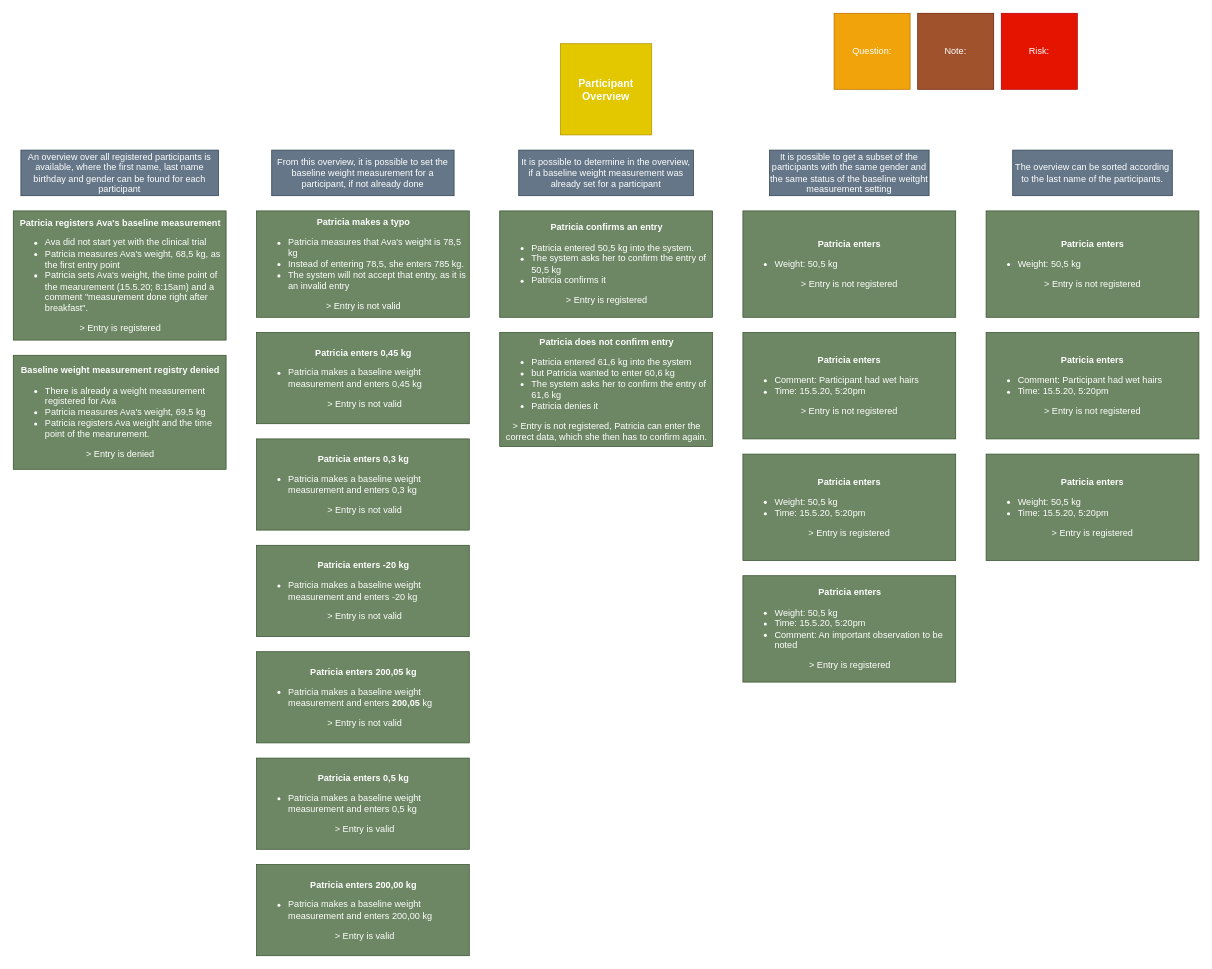
Before: jba-oq-documents/ExampleMap_bddoq-50.drawio in sableu/BDD4OQ, a draw.io diagram. Source tidied: cells renumbered, new cells numbered last; positions are measured from the earlier drawing's top-left corner, leaving out a move shared by most shapes. Both pictures are drawn from the tidied source at 76%, with x=0, y=0 at pixel (13, 13).
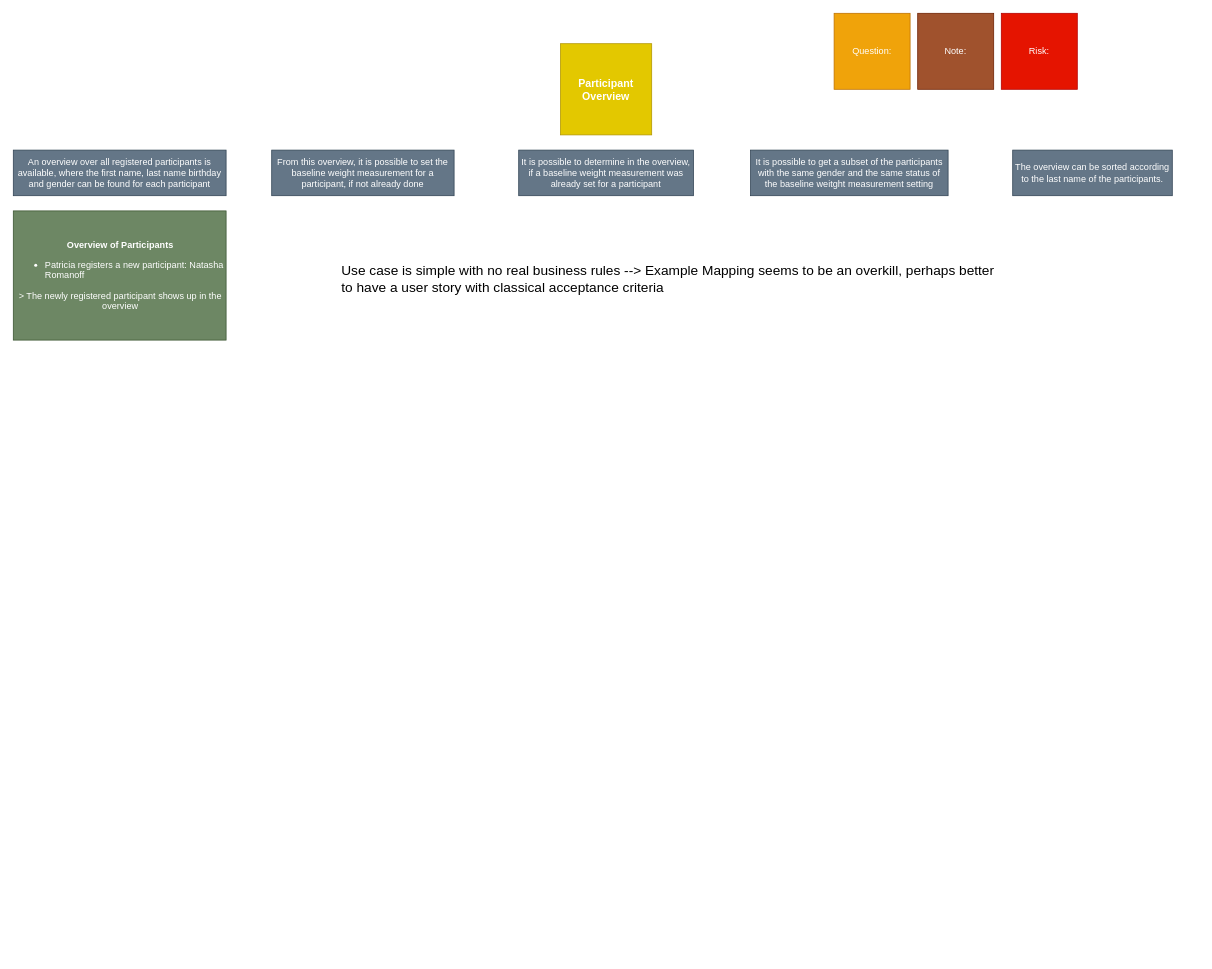
The same diagram, later.

Commit message (it also covers changes not shown here):
bddoq-50: implemented and tested --> user story to be closed

What changed in the source:
```diff
@@
-    <mxCell id="3" value="&lt;div style=&quot;text-align: center&quot;&gt;&lt;span&gt;&lt;b&gt;Patricia registers Ava's baseline measurement&lt;/b&gt;&lt;/span&gt;&lt;/div&gt;&lt;ul&gt;&lt;li&gt;Ava did not start yet with the clinical trial&lt;/li&gt;&lt;li&gt;Patricia measures Ava's weight, 68,5 kg, as the first entry point&lt;/li&gt;&lt;li&gt;Patricia sets Ava's weight, the time point of the mearurement (15.5.20; 8:15am) and a comment &quot;measurement done right after breakfast&quot;.&lt;br&gt;&lt;/li&gt;&lt;/ul&gt;&lt;div style=&quot;text-align: center&quot;&gt;&amp;gt; Entry is registered&lt;/div&gt;" style="rounded=0;whiteSpace=wrap;html=1;align=left;fillColor=#6d8764;strokeColor=#3A5431;fontColor=#ffffff;" parent="1" vertex="1">
+    <mxCell id="3" value="&lt;div style=&quot;text-align: center&quot;&gt;&lt;span&gt;&lt;b&gt;Overview of Participants&lt;/b&gt;&lt;/span&gt;&lt;/div&gt;&lt;ul&gt;&lt;li&gt;Patricia registers a new participant: Natasha Romanoff&lt;/li&gt;&lt;/ul&gt;&lt;div style=&quot;text-align: center&quot;&gt;&amp;gt; The newly registered participant shows up in the overview&lt;/div&gt;" style="rounded=0;whiteSpace=wrap;html=1;align=left;fillColor=#6d8764;strokeColor=#3A5431;fontColor=#ffffff;" parent="1" vertex="1">
       <mxGeometry y="260" width="280" height="170" as="geometry" />
     </mxCell>
     <mxCell id="4" value="An overview over all registered participants is available, where the first name, last name birthday and gender can be found for each participant" style="rounded=0;whiteSpace=wrap;html=1;fillColor=#647687;strokeColor=#314354;fontColor=#ffffff;" parent="1" vertex="1">
-      <mxGeometry x="10" y="180" width="260" height="60" as="geometry" />
+      <mxGeometry y="180" width="280" height="60" as="geometry" />
     </mxCell>
-    <mxCell id="5" value="&lt;div style=&quot;text-align: center&quot;&gt;&lt;span&gt;&lt;b&gt;Patricia makes a typo&lt;/b&gt;&lt;/span&gt;&lt;/div&gt;&lt;ul&gt;&lt;li&gt;Patricia measures that Ava's weight is 78,5 kg&lt;/li&gt;&lt;li&gt;Instead of entering 78,5, she enters 785 kg.&lt;/li&gt;&lt;li&gt;The system will not accept that entry, as it is an invalid entry&lt;/li&gt;&lt;/ul&gt;&lt;div style=&quot;text-align: center&quot;&gt;&amp;gt; Entry is not valid&lt;/div&gt;" style="rounded=0;whiteSpace=wrap;html=1;align=left;fillColor=#6d8764;strokeColor=#3A5431;fontColor=#ffffff;" parent="1" vertex="1">
-      <mxGeometry x="320" y="260" width="280" height="140" as="geometry" />
-    </mxCell>
@@
-    <mxCell id="8" value="&lt;div style=&quot;text-align: center&quot;&gt;&lt;span&gt;&lt;b&gt;Patricia confirms an entry&lt;/b&gt;&lt;/span&gt;&lt;/div&gt;&lt;ul&gt;&lt;li&gt;Patricia entered 50,5 kg into the system.&lt;/li&gt;&lt;li&gt;The system asks her to confirm the entry of 50,5 kg&lt;/li&gt;&lt;li&gt;Patricia confirms it&lt;/li&gt;&lt;/ul&gt;&lt;div style=&quot;text-align: center&quot;&gt;&amp;gt; Entry is registered&lt;/div&gt;" style="rounded=0;whiteSpace=wrap;html=1;align=left;fillColor=#6d8764;strokeColor=#3A5431;fontColor=#ffffff;" parent="1" vertex="1">
-      <mxGeometry x="640" y="260" width="280" height="140" as="geometry" />
-    </mxCell>
@@
-    <mxCell id="12" value="&lt;div style=&quot;text-align: center&quot;&gt;&lt;span&gt;&lt;b&gt;Patricia enters 0,5 kg&lt;/b&gt;&lt;/span&gt;&lt;/div&gt;&lt;ul&gt;&lt;li&gt;Patricia makes a baseline weight measurement and enters 0,5 kg&lt;/li&gt;&lt;/ul&gt;&lt;div style=&quot;text-align: center&quot;&gt;&lt;span&gt;&amp;nbsp;&amp;gt; Entry is valid&lt;/span&gt;&lt;/div&gt;" style="rounded=0;whiteSpace=wrap;html=1;align=left;fillColor=#6d8764;strokeColor=#3A5431;fontColor=#ffffff;" parent="1" vertex="1">
-      <mxGeometry x="320" y="980" width="280" height="120" as="geometry" />
-    </mxCell>
-    <mxCell id="13" value="&lt;div style=&quot;text-align: center&quot;&gt;&lt;span&gt;&lt;b&gt;Patricia enters 0,45 kg&lt;/b&gt;&lt;/span&gt;&lt;/div&gt;&lt;ul&gt;&lt;li&gt;Patricia makes a baseline weight measurement and enters 0,45 kg&lt;/li&gt;&lt;/ul&gt;&lt;div style=&quot;text-align: center&quot;&gt;&lt;span&gt;&amp;nbsp;&amp;gt; Entry is not valid&lt;/span&gt;&lt;/div&gt;" style="rounded=0;whiteSpace=wrap;html=1;align=left;fillColor=#6d8764;strokeColor=#3A5431;fontColor=#ffffff;" parent="1" vertex="1">
-      <mxGeometry x="320" y="420" width="280" height="120" as="geometry" />
-    </mxCell>
-    <mxCell id="14" value="&lt;div style=&quot;text-align: center&quot;&gt;&lt;span&gt;&lt;b&gt;Patricia enters 0,3 kg&lt;/b&gt;&lt;/span&gt;&lt;/div&gt;&lt;ul&gt;&lt;li&gt;Patricia makes a baseline weight measurement and enters 0,3 kg&lt;/li&gt;&lt;/ul&gt;&lt;div style=&quot;text-align: center&quot;&gt;&lt;span&gt;&amp;nbsp;&amp;gt; Entry is not valid&lt;/span&gt;&lt;/div&gt;" style="rounded=0;whiteSpace=wrap;html=1;align=left;fillColor=#6d8764;strokeColor=#3A5431;fontColor=#ffffff;" parent="1" vertex="1">
-      <mxGeometry x="320" y="560" width="280" height="120" as="geometry" />
-    </mxCell>
-    <mxCell id="15" value="&lt;div style=&quot;text-align: center&quot;&gt;&lt;span&gt;&lt;b&gt;Patricia enters -20 kg&lt;/b&gt;&lt;/span&gt;&lt;/div&gt;&lt;ul&gt;&lt;li&gt;Patricia makes a baseline weight measurement and enters -20 kg&lt;/li&gt;&lt;/ul&gt;&lt;div style=&quot;text-align: center&quot;&gt;&lt;span&gt;&amp;nbsp;&amp;gt; Entry is not valid&lt;/span&gt;&lt;/div&gt;" style="rounded=0;whiteSpace=wrap;html=1;align=left;fillColor=#6d8764;strokeColor=#3A5431;fontColor=#ffffff;" parent="1" vertex="1">
-      <mxGeometry x="320" y="700" width="280" height="120" as="geometry" />
-    </mxCell>
-    <mxCell id="16" value="&lt;div style=&quot;text-align: center&quot;&gt;&lt;span&gt;&lt;b&gt;Patricia enters 200,05 kg&lt;/b&gt;&lt;/span&gt;&lt;/div&gt;&lt;ul&gt;&lt;li&gt;Patricia makes a baseline weight measurement and enters&amp;nbsp;&lt;b style=&quot;text-align: center&quot;&gt;200,05&lt;/b&gt;&amp;nbsp;kg&lt;/li&gt;&lt;/ul&gt;&lt;div style=&quot;text-align: center&quot;&gt;&lt;span&gt;&amp;nbsp;&amp;gt; Entry is not valid&lt;/span&gt;&lt;/div&gt;" style="rounded=0;whiteSpace=wrap;html=1;align=left;fillColor=#6d8764;strokeColor=#3A5431;fontColor=#ffffff;" parent="1" vertex="1">
-      <mxGeometry x="320" y="840" width="280" height="120" as="geometry" />
-    </mxCell>
-    <mxCell id="17" value="&lt;div style=&quot;text-align: center&quot;&gt;&lt;span&gt;&lt;b&gt;Patricia enters 200,00 kg&lt;/b&gt;&lt;/span&gt;&lt;/div&gt;&lt;ul&gt;&lt;li&gt;Patricia makes a baseline weight measurement and enters 200,00 kg&lt;/li&gt;&lt;/ul&gt;&lt;div style=&quot;text-align: center&quot;&gt;&lt;span&gt;&amp;nbsp;&amp;gt; Entry is valid&lt;/span&gt;&lt;/div&gt;" style="rounded=0;whiteSpace=wrap;html=1;align=left;fillColor=#6d8764;strokeColor=#3A5431;fontColor=#ffffff;" parent="1" vertex="1">
-      <mxGeometry x="320" y="1120" width="280" height="120" as="geometry" />
-    </mxCell>
-    <mxCell id="18" value="&lt;div style=&quot;text-align: center&quot;&gt;&lt;span&gt;&lt;b&gt;Patricia does not confirm entry&lt;/b&gt;&lt;/span&gt;&lt;/div&gt;&lt;ul&gt;&lt;li&gt;Patricia entered 61,6 kg into the system&lt;/li&gt;&lt;li&gt;but Patricia wanted to enter 60,6 kg&lt;/li&gt;&lt;li&gt;The system asks her to confirm the entry of 61,6 kg&lt;/li&gt;&lt;li&gt;Patricia denies it&lt;/li&gt;&lt;/ul&gt;&lt;div style=&quot;text-align: center&quot;&gt;&amp;gt; Entry is not registered, Patricia can enter the correct data, which she then has to confirm again.&lt;/div&gt;" style="rounded=0;whiteSpace=wrap;html=1;align=left;fillColor=#6d8764;strokeColor=#3A5431;fontColor=#ffffff;" parent="1" vertex="1">
-      <mxGeometry x="640" y="420" width="280" height="150" as="geometry" />
-    </mxCell>
-    <mxCell id="19" value="&lt;div style=&quot;text-align: center&quot;&gt;&lt;span&gt;&lt;b&gt;Baseline weight measurement registry denied&lt;/b&gt;&lt;/span&gt;&lt;/div&gt;&lt;ul&gt;&lt;li&gt;There is already a weight measurement registered for Ava&lt;/li&gt;&lt;li&gt;Patricia measures Ava's weight, 69,5 kg&lt;/li&gt;&lt;li&gt;Patricia registers Ava weight and the time point of the mearurement.&lt;br&gt;&lt;/li&gt;&lt;/ul&gt;&lt;div style=&quot;text-align: center&quot;&gt;&amp;gt; Entry is denied&lt;/div&gt;" style="rounded=0;whiteSpace=wrap;html=1;align=left;fillColor=#6d8764;strokeColor=#3A5431;fontColor=#ffffff;" parent="1" vertex="1">
-      <mxGeometry y="450" width="280" height="150" as="geometry" />
-    </mxCell>
     <mxCell id="20" value="It is possible to get a subset of the participants with the same gender and the same status of the baseline weitght measurement setting" style="rounded=0;whiteSpace=wrap;html=1;fillColor=#647687;strokeColor=#314354;fontColor=#ffffff;" parent="1" vertex="1">
-      <mxGeometry x="995" y="180" width="210" height="60" as="geometry" />
+      <mxGeometry x="970" y="180" width="260" height="60" as="geometry" />
     </mxCell>
-    <mxCell id="21" value="&lt;div style=&quot;text-align: center&quot;&gt;&lt;span&gt;&lt;b&gt;Patricia enters&lt;/b&gt;&lt;/span&gt;&lt;/div&gt;&lt;ul&gt;&lt;li&gt;Weight: 50,5 kg&amp;nbsp; &amp;nbsp; &amp;nbsp; &amp;nbsp; &amp;nbsp; &amp;nbsp; &amp;nbsp; &amp;nbsp; &amp;nbsp; &amp;nbsp; &amp;nbsp; &amp;nbsp; &amp;nbsp; &amp;nbsp; &amp;nbsp; &amp;nbsp; &amp;nbsp; &amp;nbsp; &amp;nbsp; &amp;nbsp; &amp;nbsp; &amp;nbsp; &amp;nbsp;&amp;nbsp;&lt;/li&gt;&lt;/ul&gt;&lt;div style=&quot;text-align: center&quot;&gt;&amp;gt; Entry is not registered&lt;/div&gt;" style="rounded=0;whiteSpace=wrap;html=1;align=left;fillColor=#6d8764;strokeColor=#3A5431;fontColor=#ffffff;" parent="1" vertex="1">
-      <mxGeometry x="960" y="260" width="280" height="140" as="geometry" />
-    </mxCell>
-    <mxCell id="22" value="&lt;div style=&quot;text-align: center&quot;&gt;&lt;span&gt;&lt;b&gt;Patricia enters&lt;/b&gt;&lt;/span&gt;&lt;/div&gt;&lt;ul&gt;&lt;li&gt;Weight: 50,5 kg&amp;nbsp;&lt;/li&gt;&lt;li&gt;Time: 15.5.20, 5:20pm&amp;nbsp; &amp;nbsp; &amp;nbsp; &amp;nbsp; &amp;nbsp; &amp;nbsp; &amp;nbsp; &amp;nbsp; &amp;nbsp; &amp;nbsp; &amp;nbsp; &amp;nbsp; &amp;nbsp; &amp;nbsp; &amp;nbsp; &amp;nbsp; &amp;nbsp; &amp;nbsp;&lt;/li&gt;&lt;/ul&gt;&lt;div style=&quot;text-align: center&quot;&gt;&amp;gt; Entry is registered&lt;/div&gt;" style="rounded=0;whiteSpace=wrap;html=1;align=left;fillColor=#6d8764;strokeColor=#3A5431;fontColor=#ffffff;" parent="1" vertex="1">
-      <mxGeometry x="960" y="580" width="280" height="140" as="geometry" />
-    </mxCell>
-    <mxCell id="23" value="&lt;div style=&quot;text-align: center&quot;&gt;&lt;span&gt;&lt;b&gt;Patricia enters&lt;/b&gt;&lt;/span&gt;&lt;/div&gt;&lt;ul&gt;&lt;li&gt;Comment: Participant had wet hairs&amp;nbsp;&lt;/li&gt;&lt;li&gt;Time: 15.5.20, 5:20pm&amp;nbsp; &amp;nbsp; &amp;nbsp; &amp;nbsp; &amp;nbsp; &amp;nbsp; &amp;nbsp; &amp;nbsp; &amp;nbsp; &amp;nbsp; &amp;nbsp; &amp;nbsp; &amp;nbsp; &amp;nbsp; &amp;nbsp; &amp;nbsp; &amp;nbsp; &amp;nbsp;&lt;/li&gt;&lt;/ul&gt;&lt;div style=&quot;text-align: center&quot;&gt;&amp;gt; Entry is not registered&lt;/div&gt;" style="rounded=0;whiteSpace=wrap;html=1;align=left;fillColor=#6d8764;strokeColor=#3A5431;fontColor=#ffffff;" parent="1" vertex="1">
-      <mxGeometry x="960" y="420" width="280" height="140" as="geometry" />
-    </mxCell>
-    <mxCell id="24" value="&lt;div style=&quot;text-align: center&quot;&gt;&lt;span&gt;&lt;b&gt;Patricia enters&lt;/b&gt;&lt;/span&gt;&lt;/div&gt;&lt;ul&gt;&lt;li&gt;Weight: 50,5 kg&amp;nbsp;&lt;/li&gt;&lt;li&gt;Time: 15.5.20, 5:20pm&lt;/li&gt;&lt;li&gt;Comment: An important observation to be noted&amp;nbsp; &amp;nbsp; &amp;nbsp; &amp;nbsp; &amp;nbsp; &amp;nbsp; &amp;nbsp; &amp;nbsp; &amp;nbsp; &amp;nbsp; &amp;nbsp; &amp;nbsp; &amp;nbsp; &amp;nbsp; &amp;nbsp; &amp;nbsp; &amp;nbsp; &amp;nbsp;&lt;/li&gt;&lt;/ul&gt;&lt;div style=&quot;text-align: center&quot;&gt;&amp;gt; Entry is registered&lt;/div&gt;" style="rounded=0;whiteSpace=wrap;html=1;align=left;fillColor=#6d8764;strokeColor=#3A5431;fontColor=#ffffff;" parent="1" vertex="1">
-      <mxGeometry x="960" y="740" width="280" height="140" as="geometry" />
-    </mxCell>
@@
-    <mxCell id="26" value="&lt;div style=&quot;text-align: center&quot;&gt;&lt;span&gt;&lt;b&gt;Patricia enters&lt;/b&gt;&lt;/span&gt;&lt;/div&gt;&lt;ul&gt;&lt;li&gt;Weight: 50,5 kg&amp;nbsp; &amp;nbsp; &amp;nbsp; &amp;nbsp; &amp;nbsp; &amp;nbsp; &amp;nbsp; &amp;nbsp; &amp;nbsp; &amp;nbsp; &amp;nbsp; &amp;nbsp; &amp;nbsp; &amp;nbsp; &amp;nbsp; &amp;nbsp; &amp;nbsp; &amp;nbsp; &amp;nbsp; &amp;nbsp; &amp;nbsp; &amp;nbsp; &amp;nbsp;&amp;nbsp;&lt;/li&gt;&lt;/ul&gt;&lt;div style=&quot;text-align: center&quot;&gt;&amp;gt; Entry is not registered&lt;/div&gt;" style="rounded=0;whiteSpace=wrap;html=1;align=left;fillColor=#6d8764;strokeColor=#3A5431;fontColor=#ffffff;" parent="1" vertex="1">
-      <mxGeometry x="1280" y="260" width="280" height="140" as="geometry" />
-    </mxCell>
-    <mxCell id="27" value="&lt;div style=&quot;text-align: center&quot;&gt;&lt;span&gt;&lt;b&gt;Patricia enters&lt;/b&gt;&lt;/span&gt;&lt;/div&gt;&lt;ul&gt;&lt;li&gt;Weight: 50,5 kg&amp;nbsp;&lt;/li&gt;&lt;li&gt;Time: 15.5.20, 5:20pm&amp;nbsp; &amp;nbsp; &amp;nbsp; &amp;nbsp; &amp;nbsp; &amp;nbsp; &amp;nbsp; &amp;nbsp; &amp;nbsp; &amp;nbsp; &amp;nbsp; &amp;nbsp; &amp;nbsp; &amp;nbsp; &amp;nbsp; &amp;nbsp; &amp;nbsp; &amp;nbsp;&lt;/li&gt;&lt;/ul&gt;&lt;div style=&quot;text-align: center&quot;&gt;&amp;gt; Entry is registered&lt;/div&gt;" style="rounded=0;whiteSpace=wrap;html=1;align=left;fillColor=#6d8764;strokeColor=#3A5431;fontColor=#ffffff;" parent="1" vertex="1">
-      <mxGeometry x="1280" y="580" width="280" height="140" as="geometry" />
-    </mxCell>
-    <mxCell id="28" value="&lt;div style=&quot;text-align: center&quot;&gt;&lt;span&gt;&lt;b&gt;Patricia enters&lt;/b&gt;&lt;/span&gt;&lt;/div&gt;&lt;ul&gt;&lt;li&gt;Comment: Participant had wet hairs&amp;nbsp;&lt;/li&gt;&lt;li&gt;Time: 15.5.20, 5:20pm&amp;nbsp; &amp;nbsp; &amp;nbsp; &amp;nbsp; &amp;nbsp; &amp;nbsp; &amp;nbsp; &amp;nbsp; &amp;nbsp; &amp;nbsp; &amp;nbsp; &amp;nbsp; &amp;nbsp; &amp;nbsp; &amp;nbsp; &amp;nbsp; &amp;nbsp; &amp;nbsp;&lt;/li&gt;&lt;/ul&gt;&lt;div style=&quot;text-align: center&quot;&gt;&amp;gt; Entry is not registered&lt;/div&gt;" style="rounded=0;whiteSpace=wrap;html=1;align=left;fillColor=#6d8764;strokeColor=#3A5431;fontColor=#ffffff;" parent="1" vertex="1">
-      <mxGeometry x="1280" y="420" width="280" height="140" as="geometry" />
-    </mxCell>
+    <mxCell id="29" value="Use case is simple with no real business rules --&amp;gt; Example Mapping seems to be an overkill, perhaps better to have a user story with classical acceptance criteria" style="text;html=1;strokeColor=none;fillColor=none;align=left;verticalAlign=middle;whiteSpace=wrap;rounded=0;fontSize=18;" parent="1" vertex="1">
+      <mxGeometry x="430" y="260" width="870" height="180" as="geometry" />
+    </mxCell>
```
